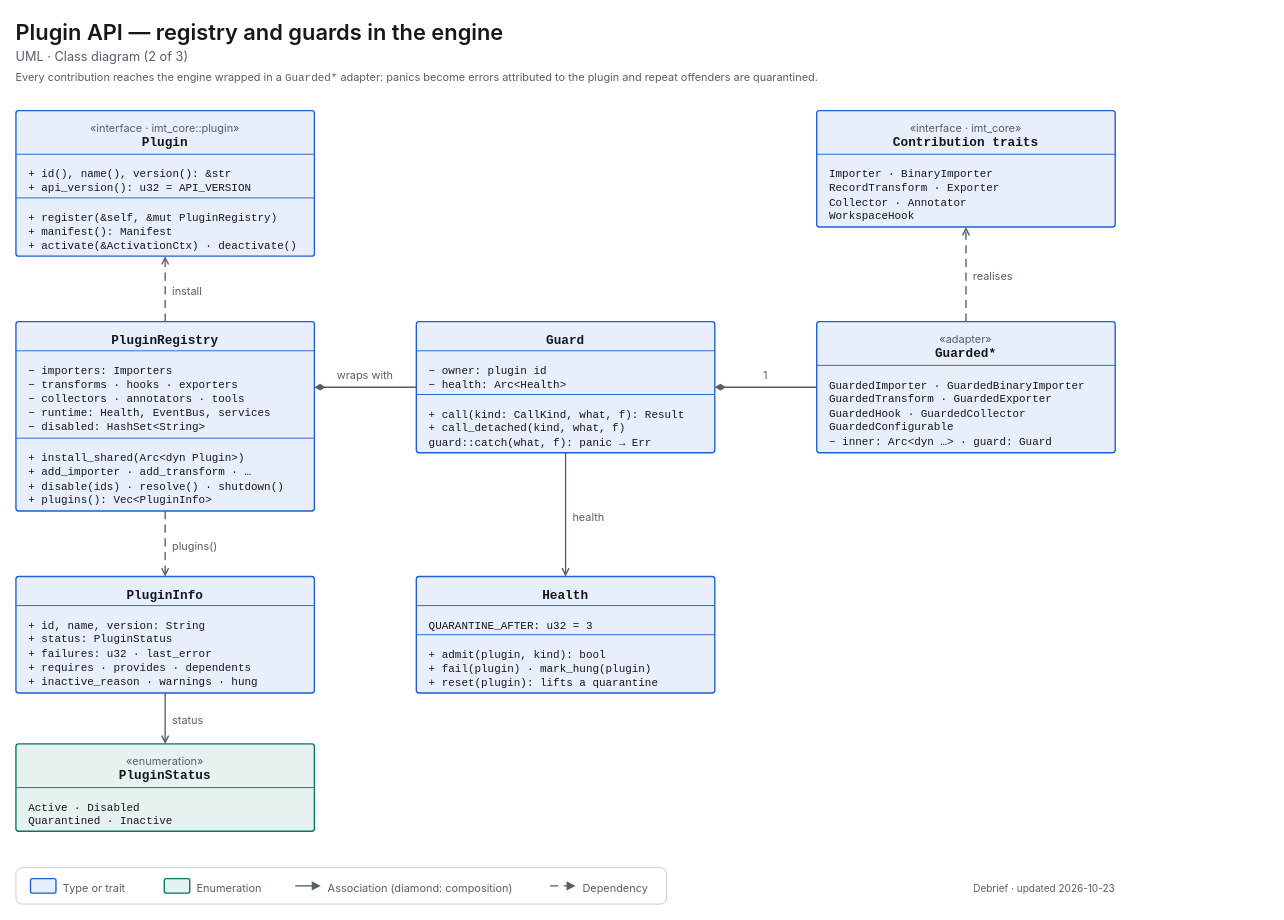
Above: docs/diagrams/uml-class-plugin-registry.drawio in decryp7/integrated_maintenance_tool (draw.io), before the change. Source tidied: cells renumbered, new cells numbered last; positions are measured from the earlier drawing's top-left corner, leaving out a move shared by most shapes. Both pictures are drawn from the tidied source at 91%, with x=0, y=0 at pixel (15, 15).
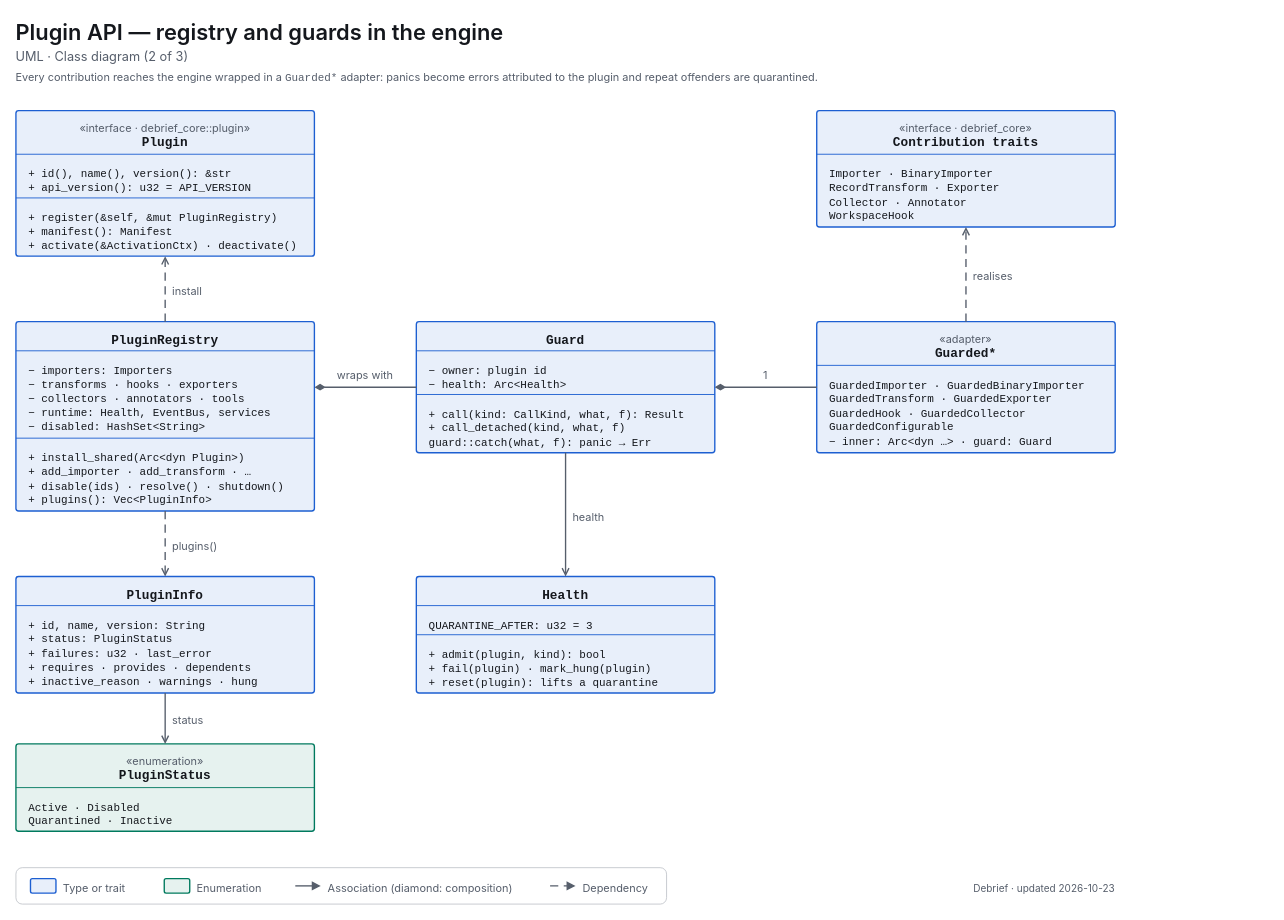
After the change.

The edit, as a diff of the source:
```diff
@@
-    <mxCell id="5" value="&lt;span style=&quot;font-size:12px;color:light-dark(#565E6B,#A0A7B2)&quot;&gt;«interface · imt_core::plugin»&lt;/span&gt;&lt;br&gt;&lt;span style=&quot;font-size:14px;font-weight:600;font-family:ui-monospace,SF Mono,Cascadia Mono,Consolas,monospace&quot;&gt;Plugin&lt;/span&gt;" style="html=1;whiteSpace=wrap;fontFamily=-apple-system,BlinkMacSystemFont,Segoe UI,system-ui,sans-serif;fontSize=12;fontColor=light-dark(#14171C,#ECEEF1);rounded=1;absoluteArcSize=1;arcSize=6;strokeWidth=1.5;strokeColor=light-dark(#1D5FD1,#5B9BFF);fillColor=light-dark(#E8EFFA,#202C3F);align=center;verticalAlign=top;spacingTop=6;" parent="1" vertex="1">
+    <mxCell id="5" value="&lt;span style=&quot;font-size:12px;color:light-dark(#565E6B,#A0A7B2)&quot;&gt;«interface · debrief_core::plugin»&lt;/span&gt;&lt;br&gt;&lt;span style=&quot;font-size:14px;font-weight:600;font-family:ui-monospace,SF Mono,Cascadia Mono,Consolas,monospace&quot;&gt;Plugin&lt;/span&gt;" style="html=1;whiteSpace=wrap;fontFamily=-apple-system,BlinkMacSystemFont,Segoe UI,system-ui,sans-serif;fontSize=12;fontColor=light-dark(#14171C,#ECEEF1);rounded=1;absoluteArcSize=1;arcSize=6;strokeWidth=1.5;strokeColor=light-dark(#1D5FD1,#5B9BFF);fillColor=light-dark(#E8EFFA,#202C3F);align=center;verticalAlign=top;spacingTop=6;" parent="1" vertex="1">
       <mxGeometry y="104" width="328" height="160" as="geometry" />
     </mxCell>
@@
-    <mxCell id="10" value="&lt;span style=&quot;font-size:12px;color:light-dark(#565E6B,#A0A7B2)&quot;&gt;«interface · imt_core»&lt;/span&gt;&lt;br&gt;&lt;span style=&quot;font-size:14px;font-weight:600;font-family:ui-monospace,SF Mono,Cascadia Mono,Consolas,monospace&quot;&gt;Contribution traits&lt;/span&gt;" style="html=1;whiteSpace=wrap;fontFamily=-apple-system,BlinkMacSystemFont,Segoe UI,system-ui,sans-serif;fontSize=12;fontColor=light-dark(#14171C,#ECEEF1);rounded=1;absoluteArcSize=1;arcSize=6;strokeWidth=1.5;strokeColor=light-dark(#1D5FD1,#5B9BFF);fillColor=light-dark(#E8EFFA,#202C3F);align=center;verticalAlign=top;spacingTop=6;" parent="1" vertex="1">
+    <mxCell id="10" value="&lt;span style=&quot;font-size:12px;color:light-dark(#565E6B,#A0A7B2)&quot;&gt;«interface · debrief_core»&lt;/span&gt;&lt;br&gt;&lt;span style=&quot;font-size:14px;font-weight:600;font-family:ui-monospace,SF Mono,Cascadia Mono,Consolas,monospace&quot;&gt;Contribution traits&lt;/span&gt;" style="html=1;whiteSpace=wrap;fontFamily=-apple-system,BlinkMacSystemFont,Segoe UI,system-ui,sans-serif;fontSize=12;fontColor=light-dark(#14171C,#ECEEF1);rounded=1;absoluteArcSize=1;arcSize=6;strokeWidth=1.5;strokeColor=light-dark(#1D5FD1,#5B9BFF);fillColor=light-dark(#E8EFFA,#202C3F);align=center;verticalAlign=top;spacingTop=6;" parent="1" vertex="1">
       <mxGeometry x="880" y="104" width="328" height="128" as="geometry" />
     </mxCell>
```
